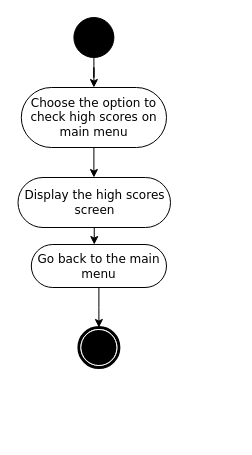
Above: check high scores.drawio in maxinimize/uml (draw.io), before the change. Source tidied: cells renumbered, new cells numbered last; positions are measured from the earlier drawing's top-left corner, leaving out a move shared by most shapes. Both pictures are drawn from the tidied source at 100%, with x=0, y=0 at pixel (18, 17).
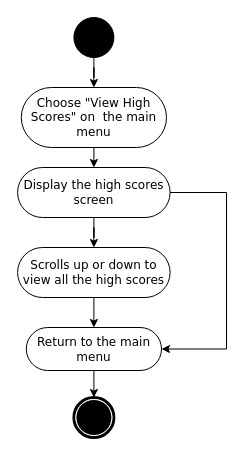
The same diagram, later.

What changed in the source:
```diff
@@
 <mxGraphModel>
   <root>
     <mxCell id="0" />
     <mxCell id="1" parent="0" />
+    <mxCell id="11" style="edgeStyle=orthogonalEdgeStyle;rounded=0;jettySize=auto;html=1;" parent="1" edge="1" source="3" target="13">
+      <mxGeometry relative="1" as="geometry" />
+    </mxCell>
-    <mxCell id="2" style="edgeStyle=orthogonalEdgeStyle;rounded=0;jettySize=auto;html=1;" parent="1" edge="1" source="3" target="7">
+    <mxCell id="2" style="edgeStyle=orthogonalEdgeStyle;rounded=0;jettySize=auto;html=1;entryX=1;entryY=0.5;entryDx=0;entryDy=0;" parent="1" edge="1" source="3" target="7">
       <mxGeometry relative="1" as="geometry">
         <Array as="points">
-          <mxPoint x="78" y="260" />
-          <mxPoint x="78" y="260" />
+          <mxPoint x="208" y="175" />
+          <mxPoint x="208" y="332" />
         </Array>
       </mxGeometry>
     </mxCell>
     <mxCell id="3" value="Display the high scores screen" style="rounded=1;whiteSpace=wrap;html=1;shadow=0;comic=0;labelBackgroundColor=none;strokeWidth=1;fontFamily=Verdana;fontSize=12;align=center;arcSize=50;" parent="1" vertex="1">
-      <mxGeometry x="-0.5" y="160" width="152.5" height="50" as="geometry" />
+      <mxGeometry x="-0.9" y="150" width="152.5" height="50" as="geometry" />
     </mxCell>
     <mxCell id="4" style="edgeStyle=orthogonalEdgeStyle;rounded=0;jettySize=auto;html=1;entryX=0.5;entryY=0;entryDx=0;entryDy=0;" parent="1" edge="1" source="5" target="10">
       <mxGeometry relative="1" as="geometry" />
     </mxCell>
     <mxCell id="5" style="ellipse;whiteSpace=wrap;html=1;rounded=0;shadow=0;comic=0;labelBackgroundColor=none;strokeWidth=1;fillColor=#000000;fontFamily=Verdana;fontSize=12;align=center;" parent="1" vertex="1">
       <mxGeometry x="55.4" width="40" height="40" as="geometry" />
     </mxCell>
     <mxCell id="6" style="edgeStyle=orthogonalEdgeStyle;rounded=0;jettySize=auto;html=1;" parent="1" edge="1" source="7" target="8">
       <mxGeometry relative="1" as="geometry" />
     </mxCell>
-    <mxCell id="7" value="Go back to the main menu" style="rounded=1;whiteSpace=wrap;html=1;shadow=0;comic=0;labelBackgroundColor=none;strokeWidth=1;fontFamily=Verdana;fontSize=12;align=center;arcSize=50;" parent="1" vertex="1">
-      <mxGeometry x="12.8" y="227" width="135.2" height="43" as="geometry" />
+    <mxCell id="7" value="Return to the main menu" style="rounded=1;whiteSpace=wrap;html=1;shadow=0;comic=0;labelBackgroundColor=none;strokeWidth=1;fontFamily=Verdana;fontSize=12;align=center;arcSize=50;" parent="1" vertex="1">
+      <mxGeometry x="7.8" y="310" width="135.2" height="43" as="geometry" />
     </mxCell>
     <mxCell id="8" style="shape=mxgraph.bpmn.shape;html=1;verticalLabelPosition=bottom;labelBackgroundColor=#ffffff;verticalAlign=top;perimeter=ellipsePerimeter;outline=end;symbol=terminate;rounded=0;shadow=0;comic=0;strokeWidth=1;fontFamily=Verdana;fontSize=12;align=center;" parent="1" vertex="1">
-      <mxGeometry x="60.4" y="310" width="40" height="40" as="geometry" />
+      <mxGeometry x="55.4" y="380" width="40" height="40" as="geometry" />
     </mxCell>
     <mxCell id="9" style="edgeStyle=orthogonalEdgeStyle;rounded=0;jettySize=auto;html=1;" parent="1" edge="1" source="10" target="3">
       <mxGeometry relative="1" as="geometry">
         <Array as="points">
           <mxPoint x="70" y="190" />
           <mxPoint x="70" y="190" />
         </Array>
       </mxGeometry>
     </mxCell>
-    <mxCell id="10" value="Choose the option to check high scores on main menu" style="rounded=1;whiteSpace=wrap;html=1;shadow=0;comic=0;labelBackgroundColor=none;strokeWidth=1;fontFamily=Verdana;fontSize=12;align=center;arcSize=50;" parent="1" vertex="1">
+    <mxCell id="10" value="Choose &quot;View High Scores&quot; on&amp;nbsp; the main menu" style="rounded=1;whiteSpace=wrap;html=1;shadow=0;comic=0;labelBackgroundColor=none;strokeWidth=1;fontFamily=Verdana;fontSize=12;align=center;arcSize=50;" parent="1" vertex="1">
       <mxGeometry x="2.8" y="70" width="145.2" height="60" as="geometry" />
     </mxCell>
+    <mxCell id="12" style="edgeStyle=orthogonalEdgeStyle;rounded=0;jettySize=auto;html=1;" parent="1" edge="1" source="13" target="7">
+      <mxGeometry relative="1" as="geometry" />
+    </mxCell>
+    <mxCell id="13" value="Scrolls up or down to view all the high scores" style="rounded=1;whiteSpace=wrap;html=1;shadow=0;comic=0;labelBackgroundColor=none;strokeWidth=1;fontFamily=Verdana;fontSize=12;align=center;arcSize=50;" parent="1" vertex="1">
+      <mxGeometry x="-0.9" y="230" width="152.5" height="50" as="geometry" />
+    </mxCell>
   </root>
 </mxGraphModel>
```
